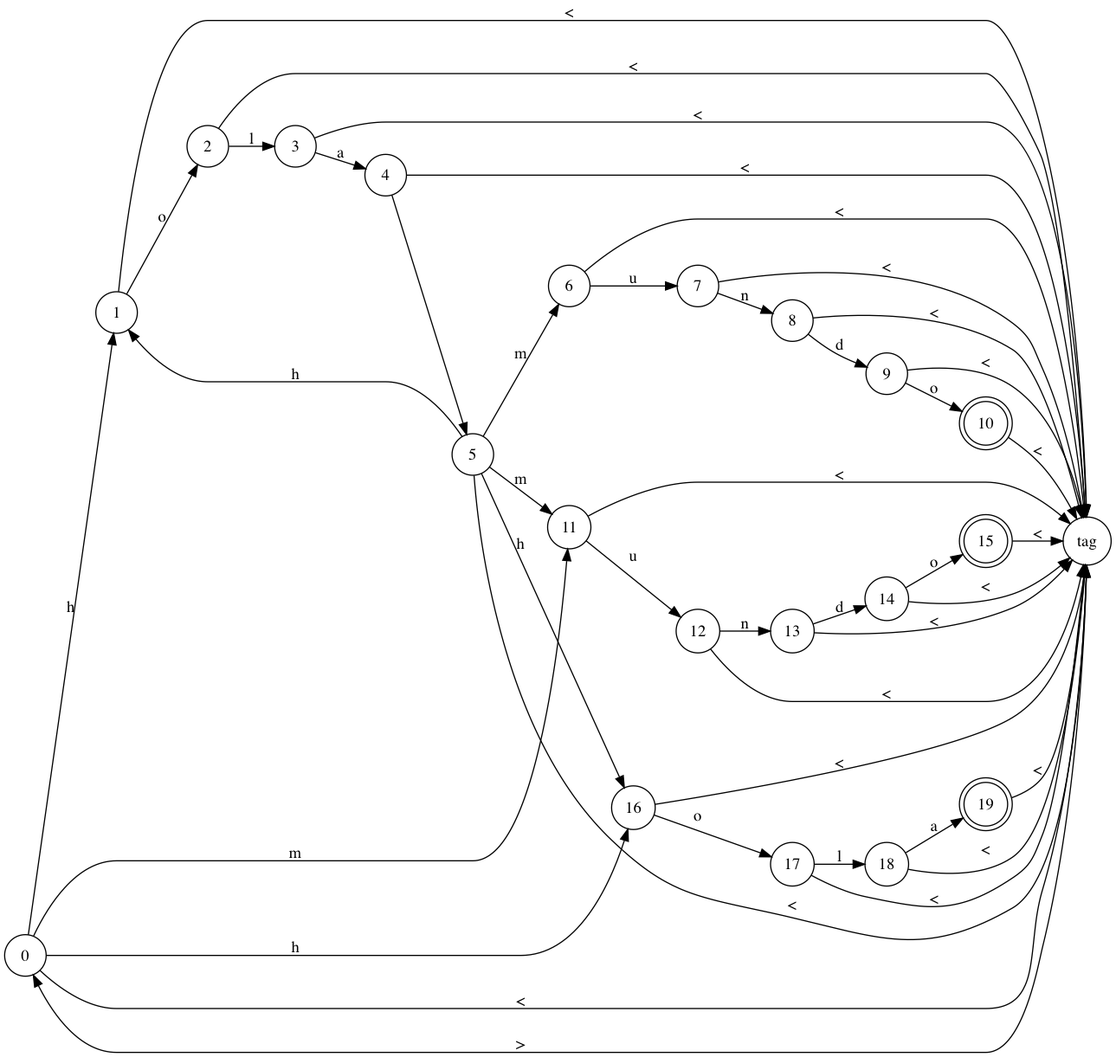
The Graphviz diagram noDeterminante.png in GdeAchaval/automaton, before a commit. Its source is kept beside it as noDeterminante.dot.
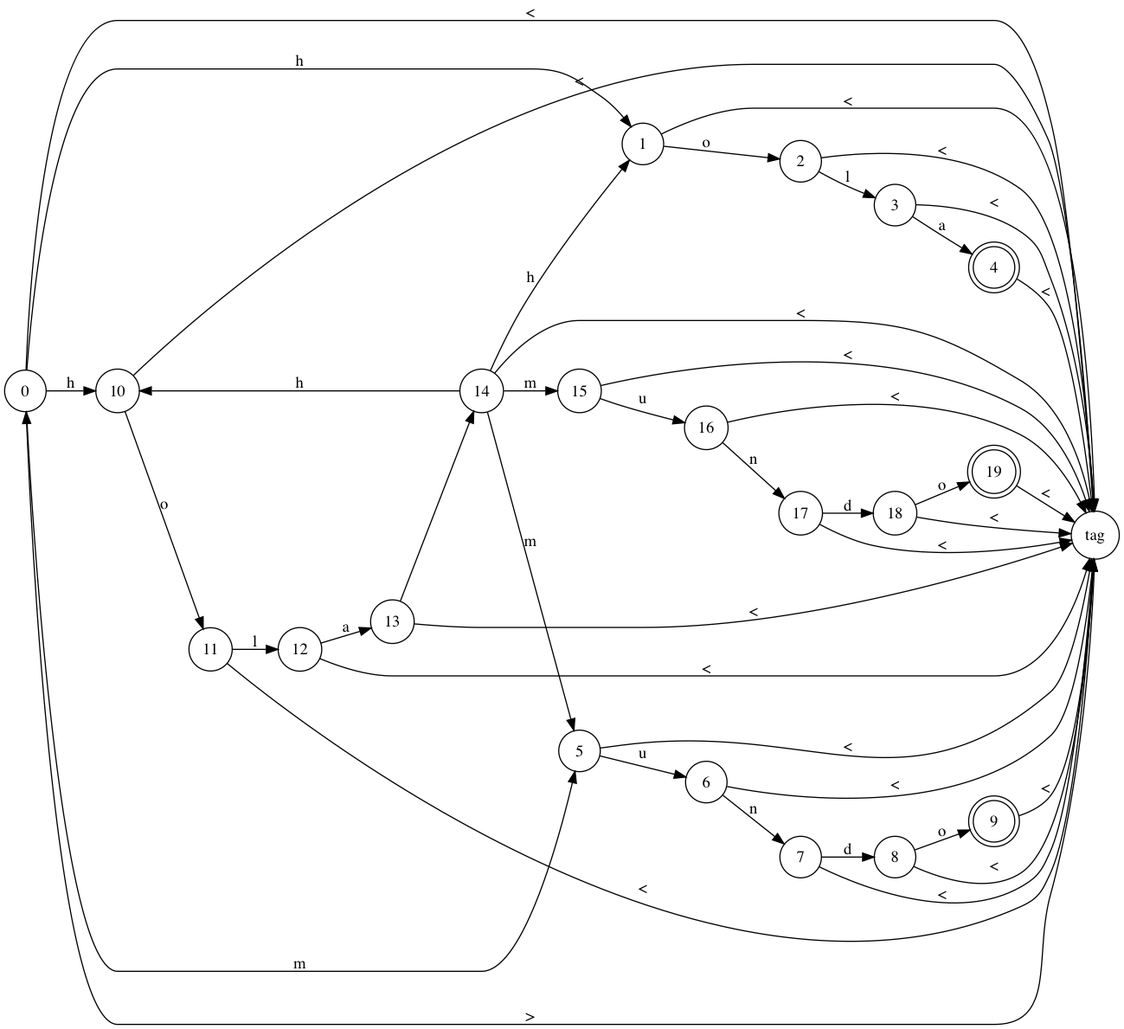
After the commit.

Change to the diagram source:
```diff
@@ -2,67 +2,67 @@
 rankdir = "LR";
 node [shape=circle] Node_0[label="0"];
 node [shape=circle] Node_1[label="1"];
+node [shape=circle] Node_10[label="10"];
+node [shape=circle] Node_tag[label="tag"];
+node [shape=circle] Node_5[label="5"];
+node [shape=circle] Node_2[label="2"];
+node [shape=circle] Node_11[label="11"];
+node [shape=circle] Node_6[label="6"];
+node [shape=circle] Node_3[label="3"];
+node [shape=circle] Node_12[label="12"];
+node [shape=circle] Node_7[label="7"];
+node [shape=doublecircle] Node_4[label="4"];
+node [shape=circle] Node_13[label="13"];
+node [shape=circle] Node_8[label="8"];
+node [shape=circle] Node_14[label="14"];
+node [shape=doublecircle] Node_9[label="9"];
+node [shape=circle] Node_15[label="15"];
 node [shape=circle] Node_16[label="16"];
-node [shape=circle] Node_tag[label="tag"];
-node [shape=circle] Node_11[label="11"];
-node [shape=circle] Node_2[label="2"];
 node [shape=circle] Node_17[label="17"];
-node [shape=circle] Node_12[label="12"];
-node [shape=circle] Node_3[label="3"];
 node [shape=circle] Node_18[label="18"];
-node [shape=circle] Node_13[label="13"];
-node [shape=circle] Node_4[label="4"];
 node [shape=doublecircle] Node_19[label="19"];
-node [shape=circle] Node_14[label="14"];
-node [shape=circle] Node_5[label="5"];
-node [shape=doublecircle] Node_15[label="15"];
-node [shape=circle] Node_6[label="6"];
-node [shape=circle] Node_7[label="7"];
-node [shape=circle] Node_8[label="8"];
-node [shape=circle] Node_9[label="9"];
-node [shape=doublecircle] Node_10[label="10"];
 
 Node_0 -> Node_1 [label="h"];
-Node_0 -> Node_16 [label="h"];
+Node_0 -> Node_10 [label="h"];
 Node_0 -> Node_tag [label="<"];
-Node_0 -> Node_11 [label="m"];
+Node_0 -> Node_5 [label="m"];
 Node_1 -> Node_tag [label="<"];
 Node_1 -> Node_2 [label="o"];
-Node_16 -> Node_tag [label="<"];
-Node_16 -> Node_17 [label="o"];
+Node_10 -> Node_tag [label="<"];
+Node_10 -> Node_11 [label="o"];
 Node_tag -> Node_0 [label=">"];
-Node_11 -> Node_12 [label="u"];
-Node_11 -> Node_tag [label="<"];
+Node_5 -> Node_6 [label="u"];
+Node_5 -> Node_tag [label="<"];
 Node_2 -> Node_tag [label="<"];
 Node_2 -> Node_3 [label="l"];
-Node_17 -> Node_tag [label="<"];
-Node_17 -> Node_18 [label="l"];
-Node_12 -> Node_tag [label="<"];
-Node_12 -> Node_13 [label="n"];
+Node_11 -> Node_tag [label="<"];
+Node_11 -> Node_12 [label="l"];
+Node_6 -> Node_tag [label="<"];
+Node_6 -> Node_7 [label="n"];
 Node_3 -> Node_4 [label="a"];
 Node_3 -> Node_tag [label="<"];
-Node_18 -> Node_19 [label="a"];
+Node_12 -> Node_13 [label="a"];
+Node_12 -> Node_tag [label="<"];
+Node_7 -> Node_8 [label="d"];
+Node_7 -> Node_tag [label="<"];
+Node_4 -> Node_tag [label="<"];
+Node_13 -> Node_14 [label=" "];
+Node_13 -> Node_tag [label="<"];
+Node_8 -> Node_tag [label="<"];
+Node_8 -> Node_9 [label="o"];
+Node_14 -> Node_1 [label="h"];
+Node_14 -> Node_10 [label="h"];
+Node_14 -> Node_tag [label="<"];
+Node_14 -> Node_15 [label="m"];
+Node_14 -> Node_5 [label="m"];
+Node_9 -> Node_tag [label="<"];
+Node_15 -> Node_16 [label="u"];
+Node_15 -> Node_tag [label="<"];
+Node_16 -> Node_tag [label="<"];
+Node_16 -> Node_17 [label="n"];
+Node_17 -> Node_18 [label="d"];
+Node_17 -> Node_tag [label="<"];
 Node_18 -> Node_tag [label="<"];
-Node_13 -> Node_14 [label="d"];
-Node_13 -> Node_tag [label="<"];
-Node_4 -> Node_5 [label=" "];
-Node_4 -> Node_tag [label="<"];
+Node_18 -> Node_19 [label="o"];
 Node_19 -> Node_tag [label="<"];
-Node_14 -> Node_tag [label="<"];
-Node_14 -> Node_15 [label="o"];
-Node_5 -> Node_1 [label="h"];
-Node_5 -> Node_16 [label="h"];
-Node_5 -> Node_tag [label="<"];
-Node_5 -> Node_6 [label="m"];
-Node_5 -> Node_11 [label="m"];
-Node_15 -> Node_tag [label="<"];
-Node_6 -> Node_7 [label="u"];
-Node_6 -> Node_tag [label="<"];
-Node_7 -> Node_tag [label="<"];
-Node_7 -> Node_8 [label="n"];
-Node_8 -> Node_9 [label="d"];
-Node_8 -> Node_tag [label="<"];
-Node_9 -> Node_tag [label="<"];
-Node_9 -> Node_10 [label="o"];
-Node_10 -> Node_tag [label="<"];
 }
```
